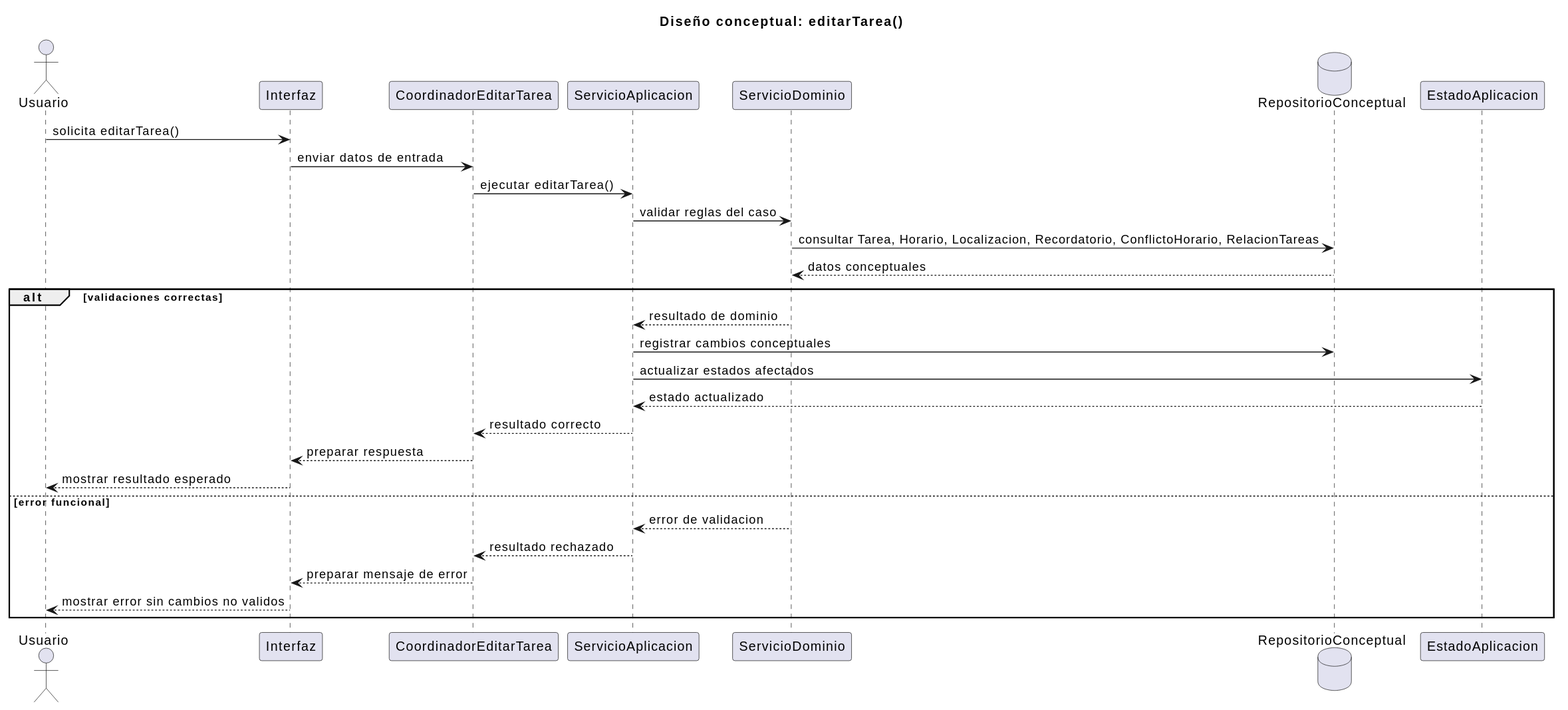
Before: documents/RUP/02-diseño/casos-uso/gestion-tareas/editarTarea/secuencia.svg, a diagram exported from PlantUML (inigovaqueroo04/25-26-idsw2-sdVC).
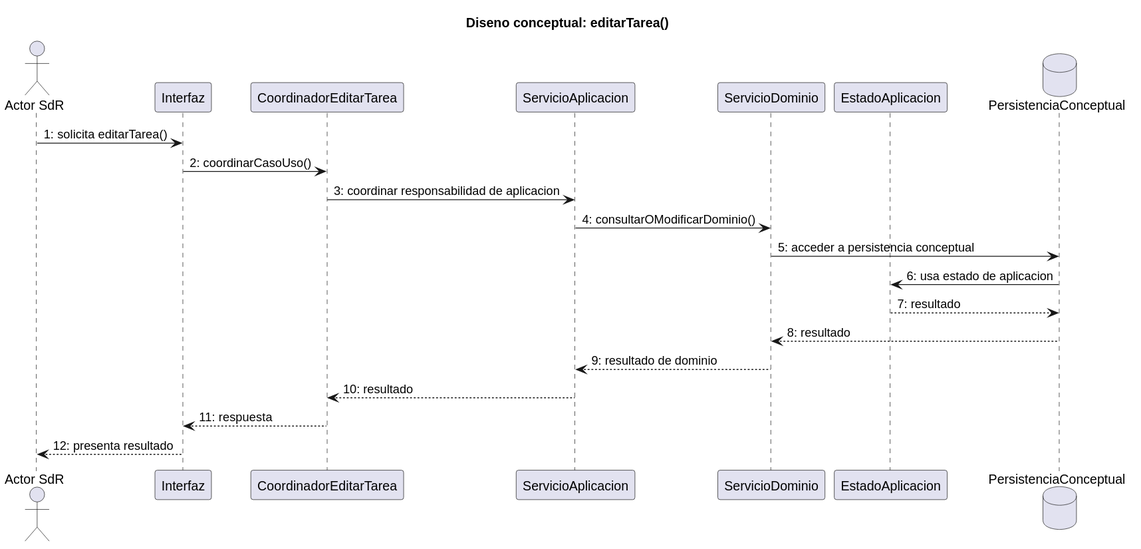
Later version of the same file.

Commit message:
docs: ajustar diseno de editar tarea

Diff of the diagram source:
```diff
@@ -1,33 +1,24 @@
 @startuml
-title Diseño conceptual: editarTarea()
+title Diseno conceptual: editarTarea()
 
-actor "Usuario" as Usuario
+actor "Actor SdR" as Actor
 participant "Interfaz" as Interfaz
 participant "CoordinadorEditarTarea" as Coordinador
 participant "ServicioAplicacion" as ServicioAplicacion
 participant "ServicioDominio" as ServicioDominio
-database "RepositorioConceptual" as Repositorio
 participant "EstadoAplicacion" as EstadoAplicacion
+database "PersistenciaConceptual" as Persistencia
 
-Usuario -> Interfaz : solicita editarTarea()
-Interfaz -> Coordinador : enviar datos de entrada
-Coordinador -> ServicioAplicacion : ejecutar editarTarea()
-ServicioAplicacion -> ServicioDominio : validar reglas del caso
-ServicioDominio -> Repositorio : consultar Tarea, Horario, Localizacion, Recordatorio, ConflictoHorario, RelacionTareas
-Repositorio --> ServicioDominio : datos conceptuales
-
-alt validaciones correctas
-  ServicioDominio --> ServicioAplicacion : resultado de dominio
-  ServicioAplicacion -> Repositorio : registrar cambios conceptuales
-  ServicioAplicacion -> EstadoAplicacion : actualizar estados afectados
-  EstadoAplicacion --> ServicioAplicacion : estado actualizado
-  ServicioAplicacion --> Coordinador : resultado correcto
-  Coordinador --> Interfaz : preparar respuesta
-  Interfaz --> Usuario : mostrar resultado esperado
-else error funcional
-  ServicioDominio --> ServicioAplicacion : error de validacion
-  ServicioAplicacion --> Coordinador : resultado rechazado
-  Coordinador --> Interfaz : preparar mensaje de error
-  Interfaz --> Usuario : mostrar error sin cambios no validos
-end
+Actor -> Interfaz : 1: solicita editarTarea()
+Interfaz -> Coordinador : 2: coordinarCasoUso()
+Coordinador -> ServicioAplicacion : 3: coordinar responsabilidad de aplicacion
+ServicioAplicacion -> ServicioDominio : 4: consultarOModificarDominio()
+ServicioDominio -> Persistencia : 5: acceder a persistencia conceptual
+Persistencia -> EstadoAplicacion : 6: usa estado de aplicacion
+EstadoAplicacion --> Persistencia : 7: resultado
+Persistencia --> ServicioDominio : 8: resultado
+ServicioDominio --> ServicioAplicacion : 9: resultado de dominio
+ServicioAplicacion --> Coordinador : 10: resultado
+Coordinador --> Interfaz : 11: respuesta
+Interfaz --> Actor : 12: presenta resultado
 @enduml
```
